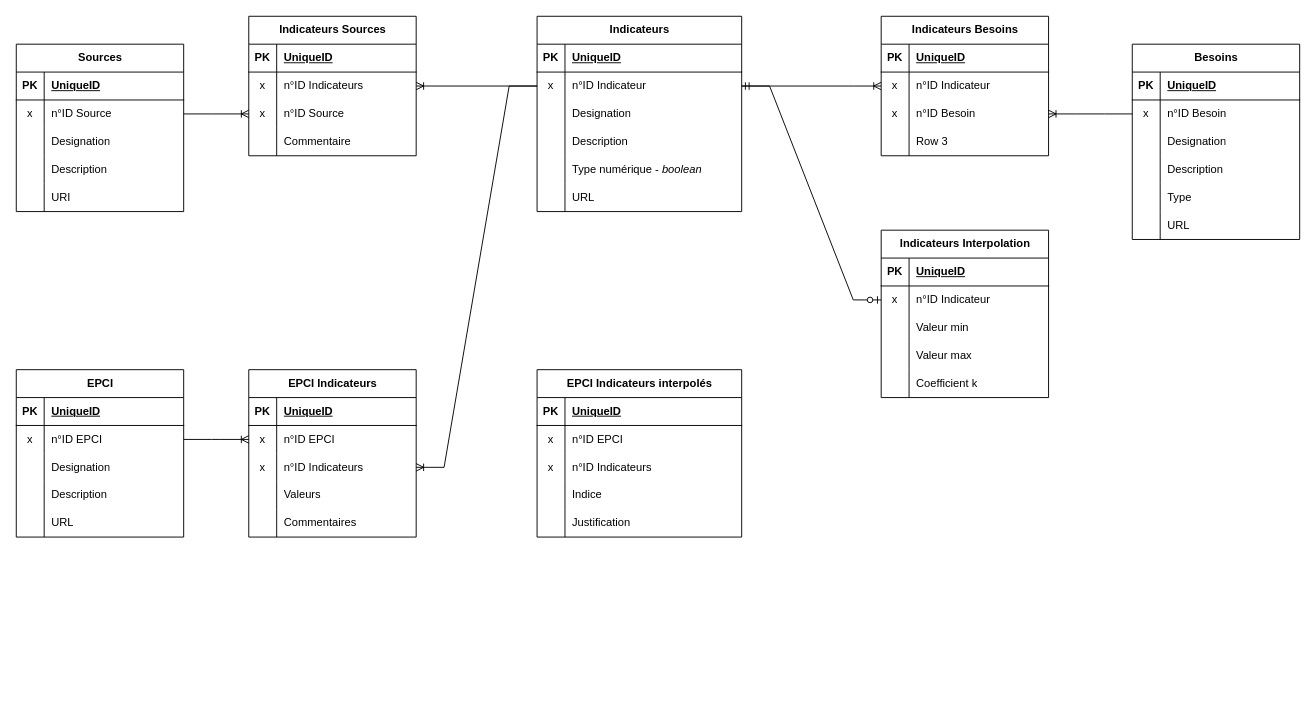
Above: MCD Diag360.drawio in Konsilion/konsilion-drive (draw.io), before the change. Source tidied: cells renumbered, new cells numbered last; positions are measured from the earlier drawing's top-left corner, leaving out a move shared by most shapes. Both pictures are drawn from the tidied source at 93%, with x=0, y=0 at pixel (16, 16).
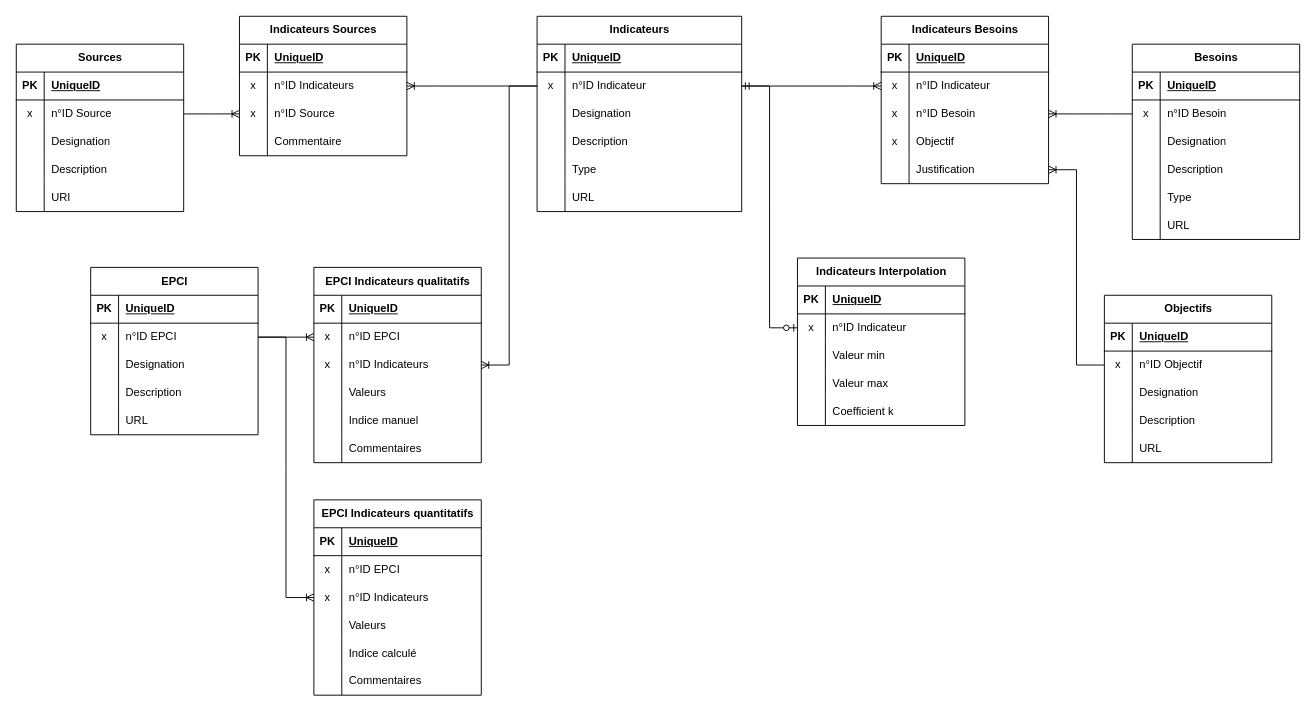
After the change.

Commit message (it also covers changes not shown here):
Mettre à jour MCD Diag360.drawio

Unchanged cells that the change refers to:
```xml
<mxCell id="2" value="Indicateurs" style="shape=table;startSize=30;childLayout=tableLayout;rowLines=0;fontStyle=1;align=center;html=1;" parent="1" vertex="1">
  <mxGeometry x="560" width="220" height="210" as="geometry" />
</mxCell>
<mxCell id="90" style="shape=tableRow;horizontal=0;startSize=0;swimlaneHead=0;swimlaneBody=0;fillColor=none;points=[[0,0.5],[1,0.5]];portConstraint=eastwest;top=0;left=0;right=0;bottom=0;" parent="86" vertex="1">
  <mxGeometry y="60" width="180" height="30" as="geometry" />
</mxCell>
```

The edit, as a diff of the source:
```diff
@@
-    <mxCell id="15" style="shape=tableRow;horizontal=0;startSize=0;swimlaneHead=0;swimlaneBody=0;fillColor=none;top=0;left=0;right=0;bottom=0;" parent="2" vertex="1">
-      <mxGeometry y="150" width="220" height="30" as="geometry" />
-    </mxCell>
-    <mxCell id="16" style="shape=partialRectangle;fillColor=none;top=0;left=0;bottom=0;right=0;overflow=hidden;whiteSpace=wrap;html=1;" parent="15" vertex="1">
-      <mxGeometry width="30" height="30" as="geometry" />
-    </mxCell>
-    <mxCell id="17" value="Type numérique - &lt;i&gt;boolean&lt;/i&gt;" style="shape=partialRectangle;fillColor=none;top=0;left=0;bottom=0;right=0;align=left;spacingLeft=6;overflow=hidden;whiteSpace=wrap;html=1;" parent="15" vertex="1">
-      <mxGeometry x="30" width="190" height="30" as="geometry" />
-    </mxCell>
     <mxCell id="18" style="shape=tableRow;horizontal=0;startSize=0;swimlaneHead=0;swimlaneBody=0;fillColor=none;top=0;left=0;right=0;bottom=0;" parent="2" vertex="1">
-      <mxGeometry y="180" width="220" height="30" as="geometry" />
+      <mxGeometry y="150" width="220" height="30" as="geometry" />
     </mxCell>
@@
-    <mxCell id="20" value="URL" style="shape=partialRectangle;fillColor=none;top=0;left=0;bottom=0;right=0;align=left;spacingLeft=6;overflow=hidden;whiteSpace=wrap;html=1;" parent="18" vertex="1">
+    <mxCell id="20" value="Type" style="shape=partialRectangle;fillColor=none;top=0;left=0;bottom=0;right=0;align=left;spacingLeft=6;overflow=hidden;whiteSpace=wrap;html=1;" parent="18" vertex="1">
       <mxGeometry x="30" width="190" height="30" as="geometry" />
     </mxCell>
+    <mxCell id="153" style="shape=tableRow;horizontal=0;startSize=0;swimlaneHead=0;swimlaneBody=0;fillColor=none;top=0;left=0;right=0;bottom=0;" parent="2" vertex="1">
+      <mxGeometry y="180" width="220" height="30" as="geometry" />
+    </mxCell>
+    <mxCell id="154" style="shape=partialRectangle;fillColor=none;top=0;left=0;bottom=0;right=0;overflow=hidden;whiteSpace=wrap;html=1;" parent="153" vertex="1">
+      <mxGeometry width="30" height="30" as="geometry" />
+    </mxCell>
+    <mxCell id="155" value="URL" style="shape=partialRectangle;fillColor=none;top=0;left=0;bottom=0;right=0;align=left;spacingLeft=6;overflow=hidden;whiteSpace=wrap;html=1;" parent="153" vertex="1">
+      <mxGeometry x="30" width="190" height="30" as="geometry" />
+    </mxCell>
@@
     <mxCell id="40" value="Indicateurs Besoins" style="shape=table;startSize=30;childLayout=tableLayout;rowLines=0;fontStyle=1;align=center;html=1;" parent="1" vertex="1">
-      <mxGeometry x="930" width="180" height="150" as="geometry" />
+      <mxGeometry x="930" width="180" height="180" as="geometry" />
     </mxCell>
@@
+    <mxCell id="156" style="shape=tableRow;horizontal=0;startSize=0;swimlaneHead=0;swimlaneBody=0;fillColor=none;top=0;left=0;right=0;bottom=0;" parent="40" vertex="1">
+      <mxGeometry y="120" width="180" height="30" as="geometry" />
+    </mxCell>
+    <mxCell id="157" value="x" style="shape=partialRectangle;fillColor=none;top=0;left=0;bottom=0;right=0;overflow=hidden;whiteSpace=wrap;html=1;" parent="156" vertex="1">
+      <mxGeometry width="30" height="30" as="geometry" />
+    </mxCell>
+    <mxCell id="158" value="Objectif" style="shape=partialRectangle;fillColor=none;top=0;left=0;bottom=0;right=0;align=left;spacingLeft=6;overflow=hidden;whiteSpace=wrap;html=1;" parent="156" vertex="1">
+      <mxGeometry x="30" width="150" height="30" as="geometry" />
+    </mxCell>
     <mxCell id="50" style="shape=tableRow;horizontal=0;startSize=0;swimlaneHead=0;swimlaneBody=0;fillColor=none;points=[[0,0.5],[1,0.5]];portConstraint=eastwest;top=0;left=0;right=0;bottom=0;" parent="40" vertex="1">
-      <mxGeometry y="120" width="180" height="30" as="geometry" />
+      <mxGeometry y="150" width="180" height="30" as="geometry" />
     </mxCell>
@@
-    <mxCell id="52" value="Row 3" style="shape=partialRectangle;fillColor=none;top=0;left=0;bottom=0;right=0;align=left;spacingLeft=6;overflow=hidden;whiteSpace=wrap;html=1;" parent="50" vertex="1">
+    <mxCell id="52" value="Justification" style="shape=partialRectangle;fillColor=none;top=0;left=0;bottom=0;right=0;align=left;spacingLeft=6;overflow=hidden;whiteSpace=wrap;html=1;" parent="50" vertex="1">
       <mxGeometry x="30" width="150" height="30" as="geometry" />
     </mxCell>
     <mxCell id="53" value="Indicateurs Sources" style="shape=table;startSize=30;childLayout=tableLayout;rowLines=0;fontStyle=1;align=center;html=1;" parent="1" vertex="1">
-      <mxGeometry x="250" width="180" height="150" as="geometry" />
+      <mxGeometry x="240" width="180" height="150" as="geometry" />
     </mxCell>
@@
     <mxCell id="86" value="EPCI" style="shape=table;startSize=30;childLayout=tableLayout;rowLines=0;fontStyle=1;align=center;html=1;" parent="1" vertex="1">
-      <mxGeometry y="380" width="180" height="180" as="geometry" />
+      <mxGeometry x="80" y="270" width="180" height="180" as="geometry" />
     </mxCell>
@@
-    <mxCell id="102" value="EPCI Indicateurs" style="shape=table;startSize=30;childLayout=tableLayout;rowLines=0;fontStyle=1;align=center;html=1;" parent="1" vertex="1">
-      <mxGeometry x="250" y="380" width="180" height="180" as="geometry" />
+    <mxCell id="102" value="EPCI Indicateurs qualitatifs" style="shape=table;startSize=30;childLayout=tableLayout;rowLines=0;fontStyle=1;align=center;html=1;" parent="1" vertex="1">
+      <mxGeometry x="320" y="270" width="180" height="210" as="geometry" />
     </mxCell>
@@
+    <mxCell id="159" style="shape=tableRow;horizontal=0;startSize=0;swimlaneHead=0;swimlaneBody=0;fillColor=none;top=0;left=0;right=0;bottom=0;" parent="102" vertex="1">
+      <mxGeometry y="150" width="180" height="30" as="geometry" />
+    </mxCell>
+    <mxCell id="160" style="shape=partialRectangle;fillColor=none;top=0;left=0;bottom=0;right=0;overflow=hidden;whiteSpace=wrap;html=1;" parent="159" vertex="1">
+      <mxGeometry width="30" height="30" as="geometry" />
+    </mxCell>
+    <mxCell id="161" value="Indice manuel" style="shape=partialRectangle;fillColor=none;top=0;left=0;bottom=0;right=0;align=left;spacingLeft=6;overflow=hidden;whiteSpace=wrap;html=1;" parent="159" vertex="1">
+      <mxGeometry x="30" width="150" height="30" as="geometry" />
+    </mxCell>
     <mxCell id="115" style="shape=tableRow;horizontal=0;startSize=0;swimlaneHead=0;swimlaneBody=0;fillColor=none;top=0;left=0;right=0;bottom=0;" parent="102" vertex="1">
-      <mxGeometry y="150" width="180" height="30" as="geometry" />
+      <mxGeometry y="180" width="180" height="30" as="geometry" />
     </mxCell>
@@
     <mxCell id="120" value="Indicateurs Interpolation" style="shape=table;startSize=30;childLayout=tableLayout;rowLines=0;fontStyle=1;align=center;html=1;" parent="1" vertex="1">
-      <mxGeometry x="930" y="230" width="180" height="180" as="geometry" />
+      <mxGeometry x="840" y="260" width="180" height="180" as="geometry" />
     </mxCell>
@@
-    <mxCell id="137" value="EPCI Indicateurs interpolés" style="shape=table;startSize=30;childLayout=tableLayout;rowLines=0;fontStyle=1;align=center;html=1;" parent="1" vertex="1">
-      <mxGeometry x="560" y="380" width="220" height="180" as="geometry" />
-    </mxCell>
-    <mxCell id="138" style="shape=tableRow;horizontal=0;startSize=0;swimlaneHead=0;swimlaneBody=0;fillColor=none;top=0;left=0;right=0;bottom=1;" parent="137" vertex="1">
-      <mxGeometry y="30" width="220" height="30" as="geometry" />
-    </mxCell>
-    <mxCell id="139" value="PK" style="shape=partialRectangle;fillColor=none;top=0;left=0;bottom=0;right=0;fontStyle=1;overflow=hidden;whiteSpace=wrap;html=1;" parent="138" vertex="1">
-      <mxGeometry width="30" height="30" as="geometry" />
-    </mxCell>
-    <mxCell id="140" value="UniqueID" style="shape=partialRectangle;fillColor=none;top=0;left=0;bottom=0;right=0;align=left;spacingLeft=6;fontStyle=5;overflow=hidden;whiteSpace=wrap;html=1;" parent="138" vertex="1">
-      <mxGeometry x="30" width="190" height="30" as="geometry" />
-    </mxCell>
-    <mxCell id="141" style="shape=tableRow;horizontal=0;startSize=0;swimlaneHead=0;swimlaneBody=0;fillColor=none;top=0;left=0;right=0;bottom=0;" parent="137" vertex="1">
-      <mxGeometry y="60" width="220" height="30" as="geometry" />
-    </mxCell>
-    <mxCell id="142" value="x" style="shape=partialRectangle;fillColor=none;top=0;left=0;bottom=0;right=0;overflow=hidden;whiteSpace=wrap;html=1;" parent="141" vertex="1">
-      <mxGeometry width="30" height="30" as="geometry" />
-    </mxCell>
+    <mxCell id="162" value="Objectifs" style="shape=table;startSize=30;childLayout=tableLayout;rowLines=0;fontStyle=1;align=center;html=1;" parent="1" vertex="1">
+      <mxGeometry x="1170" y="300" width="180" height="180" as="geometry" />
+    </mxCell>
+    <mxCell id="163" style="shape=tableRow;horizontal=0;startSize=0;swimlaneHead=0;swimlaneBody=0;fillColor=none;top=0;left=0;right=0;bottom=1;" parent="162" vertex="1">
+      <mxGeometry y="30" width="180" height="30" as="geometry" />
+    </mxCell>
+    <mxCell id="164" value="PK" style="shape=partialRectangle;fillColor=none;top=0;left=0;bottom=0;right=0;fontStyle=1;overflow=hidden;whiteSpace=wrap;html=1;" parent="163" vertex="1">
+      <mxGeometry width="30" height="30" as="geometry" />
+    </mxCell>
+    <mxCell id="165" value="UniqueID" style="shape=partialRectangle;fillColor=none;top=0;left=0;bottom=0;right=0;align=left;spacingLeft=6;fontStyle=5;overflow=hidden;whiteSpace=wrap;html=1;" parent="163" vertex="1">
+      <mxGeometry x="30" width="150" height="30" as="geometry" />
+    </mxCell>
+    <mxCell id="166" style="shape=tableRow;horizontal=0;startSize=0;swimlaneHead=0;swimlaneBody=0;fillColor=none;points=[[0,0.5],[1,0.5]];portConstraint=eastwest;top=0;left=0;right=0;bottom=0;" parent="162" vertex="1">
+      <mxGeometry y="60" width="180" height="30" as="geometry" />
+    </mxCell>
+    <mxCell id="167" value="x" style="shape=partialRectangle;fillColor=none;top=0;left=0;bottom=0;right=0;overflow=hidden;whiteSpace=wrap;html=1;" parent="166" vertex="1">
+      <mxGeometry width="30" height="30" as="geometry" />
+    </mxCell>
+    <mxCell id="168" value="n°ID Objectif" style="shape=partialRectangle;fillColor=none;top=0;left=0;bottom=0;right=0;align=left;spacingLeft=6;overflow=hidden;whiteSpace=wrap;html=1;" parent="166" vertex="1">
+      <mxGeometry x="30" width="150" height="30" as="geometry" />
+    </mxCell>
+    <mxCell id="169" style="shape=tableRow;horizontal=0;startSize=0;swimlaneHead=0;swimlaneBody=0;fillColor=none;top=0;left=0;right=0;bottom=0;" parent="162" vertex="1">
+      <mxGeometry y="90" width="180" height="30" as="geometry" />
+    </mxCell>
+    <mxCell id="170" style="shape=partialRectangle;fillColor=none;top=0;left=0;bottom=0;right=0;overflow=hidden;whiteSpace=wrap;html=1;" parent="169" vertex="1">
+      <mxGeometry width="30" height="30" as="geometry" />
+    </mxCell>
+    <mxCell id="171" value="Designation" style="shape=partialRectangle;fillColor=none;top=0;left=0;bottom=0;right=0;align=left;spacingLeft=6;overflow=hidden;whiteSpace=wrap;html=1;" parent="169" vertex="1">
+      <mxGeometry x="30" width="150" height="30" as="geometry" />
+    </mxCell>
+    <mxCell id="172" style="shape=tableRow;horizontal=0;startSize=0;swimlaneHead=0;swimlaneBody=0;fillColor=none;top=0;left=0;right=0;bottom=0;" parent="162" vertex="1">
+      <mxGeometry y="120" width="180" height="30" as="geometry" />
+    </mxCell>
+    <mxCell id="173" style="shape=partialRectangle;fillColor=none;top=0;left=0;bottom=0;right=0;overflow=hidden;whiteSpace=wrap;html=1;" parent="172" vertex="1">
+      <mxGeometry width="30" height="30" as="geometry" />
+    </mxCell>
+    <mxCell id="174" value="Description" style="shape=partialRectangle;fillColor=none;top=0;left=0;bottom=0;right=0;align=left;spacingLeft=6;overflow=hidden;whiteSpace=wrap;html=1;" parent="172" vertex="1">
+      <mxGeometry x="30" width="150" height="30" as="geometry" />
+    </mxCell>
+    <mxCell id="175" style="shape=tableRow;horizontal=0;startSize=0;swimlaneHead=0;swimlaneBody=0;fillColor=none;top=0;left=0;right=0;bottom=0;" parent="162" vertex="1">
+      <mxGeometry y="150" width="180" height="30" as="geometry" />
+    </mxCell>
+    <mxCell id="176" style="shape=partialRectangle;fillColor=none;top=0;left=0;bottom=0;right=0;overflow=hidden;whiteSpace=wrap;html=1;" parent="175" vertex="1">
+      <mxGeometry width="30" height="30" as="geometry" />
+    </mxCell>
+    <mxCell id="177" value="URL" style="shape=partialRectangle;fillColor=none;top=0;left=0;bottom=0;right=0;align=left;spacingLeft=6;overflow=hidden;whiteSpace=wrap;html=1;" parent="175" vertex="1">
+      <mxGeometry x="30" width="150" height="30" as="geometry" />
+    </mxCell>
+    <mxCell id="178" style="edgeStyle=entityRelationEdgeStyle;fontSize=12;html=1;endArrow=ERoneToMany;rounded=0;entryX=1;entryY=0.5;entryDx=0;entryDy=0;jumpStyle=arc;exitX=0;exitY=0.5;exitDx=0;exitDy=0;" parent="1" edge="1" source="166" target="50">
+      <mxGeometry relative="1" as="geometry" />
+    </mxCell>
+    <mxCell id="179" value="EPCI Indicateurs quantitatifs" style="shape=table;startSize=30;childLayout=tableLayout;rowLines=0;fontStyle=1;align=center;html=1;" parent="1" vertex="1">
+      <mxGeometry x="320" y="520" width="180" height="210" as="geometry" />
+    </mxCell>
+    <mxCell id="180" style="shape=tableRow;horizontal=0;startSize=0;swimlaneHead=0;swimlaneBody=0;fillColor=none;top=0;left=0;right=0;bottom=1;" parent="179" vertex="1">
+      <mxGeometry y="30" width="180" height="30" as="geometry" />
+    </mxCell>
+    <mxCell id="181" value="PK" style="shape=partialRectangle;fillColor=none;top=0;left=0;bottom=0;right=0;fontStyle=1;overflow=hidden;whiteSpace=wrap;html=1;" parent="180" vertex="1">
+      <mxGeometry width="30" height="30" as="geometry" />
+    </mxCell>
+    <mxCell id="182" value="UniqueID" style="shape=partialRectangle;fillColor=none;top=0;left=0;bottom=0;right=0;align=left;spacingLeft=6;fontStyle=5;overflow=hidden;whiteSpace=wrap;html=1;" parent="180" vertex="1">
+      <mxGeometry x="30" width="150" height="30" as="geometry" />
+    </mxCell>
+    <mxCell id="183" style="shape=tableRow;horizontal=0;startSize=0;swimlaneHead=0;swimlaneBody=0;fillColor=none;top=0;left=0;right=0;bottom=0;" parent="179" vertex="1">
+      <mxGeometry y="60" width="180" height="30" as="geometry" />
+    </mxCell>
+    <mxCell id="184" value="x" style="shape=partialRectangle;fillColor=none;top=0;left=0;bottom=0;right=0;overflow=hidden;whiteSpace=wrap;html=1;" parent="183" vertex="1">
+      <mxGeometry width="30" height="30" as="geometry" />
+    </mxCell>
-    <mxCell id="143" value="n°ID EPCI" style="shape=partialRectangle;fillColor=none;top=0;left=0;bottom=0;right=0;align=left;spacingLeft=6;overflow=hidden;whiteSpace=wrap;html=1;" parent="141" vertex="1">
-      <mxGeometry x="30" width="190" height="30" as="geometry" />
+    <mxCell id="143" value="n°ID EPCI" style="shape=partialRectangle;fillColor=none;top=0;left=0;bottom=0;right=0;align=left;spacingLeft=6;overflow=hidden;whiteSpace=wrap;html=1;" parent="183" vertex="1">
+      <mxGeometry x="30" width="150" height="30" as="geometry" />
     </mxCell>
-    <mxCell id="144" style="shape=tableRow;horizontal=0;startSize=0;swimlaneHead=0;swimlaneBody=0;fillColor=none;top=0;left=0;right=0;bottom=0;" parent="137" vertex="1">
-      <mxGeometry y="90" width="220" height="30" as="geometry" />
-    </mxCell>
-    <mxCell id="145" value="x" style="shape=partialRectangle;fillColor=none;top=0;left=0;bottom=0;right=0;overflow=hidden;whiteSpace=wrap;html=1;" parent="144" vertex="1">
-      <mxGeometry width="30" height="30" as="geometry" />
-    </mxCell>
+    <mxCell id="185" style="shape=tableRow;horizontal=0;startSize=0;swimlaneHead=0;swimlaneBody=0;fillColor=none;points=[[0,0.5],[1,0.5]];portConstraint=eastwest;top=0;left=0;right=0;bottom=0;" parent="179" vertex="1">
+      <mxGeometry y="90" width="180" height="30" as="geometry" />
+    </mxCell>
+    <mxCell id="186" value="x" style="shape=partialRectangle;fillColor=none;top=0;left=0;bottom=0;right=0;overflow=hidden;whiteSpace=wrap;html=1;" parent="185" vertex="1">
+      <mxGeometry width="30" height="30" as="geometry" />
+    </mxCell>
-    <mxCell id="146" value="n°ID Indicateurs" style="shape=partialRectangle;fillColor=none;top=0;left=0;bottom=0;right=0;align=left;spacingLeft=6;overflow=hidden;whiteSpace=wrap;html=1;" parent="144" vertex="1">
-      <mxGeometry x="30" width="190" height="30" as="geometry" />
+    <mxCell id="146" value="n°ID Indicateurs" style="shape=partialRectangle;fillColor=none;top=0;left=0;bottom=0;right=0;align=left;spacingLeft=6;overflow=hidden;whiteSpace=wrap;html=1;" parent="185" vertex="1">
+      <mxGeometry x="30" width="150" height="30" as="geometry" />
     </mxCell>
-    <mxCell id="147" style="shape=tableRow;horizontal=0;startSize=0;swimlaneHead=0;swimlaneBody=0;fillColor=none;top=0;left=0;right=0;bottom=0;" parent="137" vertex="1">
-      <mxGeometry y="120" width="220" height="30" as="geometry" />
-    </mxCell>
-    <mxCell id="148" style="shape=partialRectangle;fillColor=none;top=0;left=0;bottom=0;right=0;overflow=hidden;whiteSpace=wrap;html=1;" parent="147" vertex="1">
-      <mxGeometry width="30" height="30" as="geometry" />
-    </mxCell>
-    <mxCell id="149" value="Indice" style="shape=partialRectangle;fillColor=none;top=0;left=0;bottom=0;right=0;align=left;spacingLeft=6;overflow=hidden;whiteSpace=wrap;html=1;" parent="147" vertex="1">
-      <mxGeometry x="30" width="190" height="30" as="geometry" />
-    </mxCell>
-    <mxCell id="150" style="shape=tableRow;horizontal=0;startSize=0;swimlaneHead=0;swimlaneBody=0;fillColor=none;top=0;left=0;right=0;bottom=0;" parent="137" vertex="1">
-      <mxGeometry y="150" width="220" height="30" as="geometry" />
-    </mxCell>
-    <mxCell id="151" style="shape=partialRectangle;fillColor=none;top=0;left=0;bottom=0;right=0;overflow=hidden;whiteSpace=wrap;html=1;" parent="150" vertex="1">
-      <mxGeometry width="30" height="30" as="geometry" />
-    </mxCell>
-    <mxCell id="152" value="Justification" style="shape=partialRectangle;fillColor=none;top=0;left=0;bottom=0;right=0;align=left;spacingLeft=6;overflow=hidden;whiteSpace=wrap;html=1;" parent="150" vertex="1">
-      <mxGeometry x="30" width="190" height="30" as="geometry" />
-    </mxCell>
+    <mxCell id="187" style="shape=tableRow;horizontal=0;startSize=0;swimlaneHead=0;swimlaneBody=0;fillColor=none;top=0;left=0;right=0;bottom=0;" parent="179" vertex="1">
+      <mxGeometry y="120" width="180" height="30" as="geometry" />
+    </mxCell>
+    <mxCell id="188" style="shape=partialRectangle;fillColor=none;top=0;left=0;bottom=0;right=0;overflow=hidden;whiteSpace=wrap;html=1;" parent="187" vertex="1">
+      <mxGeometry width="30" height="30" as="geometry" />
+    </mxCell>
+    <mxCell id="189" value="Valeurs" style="shape=partialRectangle;fillColor=none;top=0;left=0;bottom=0;right=0;align=left;spacingLeft=6;overflow=hidden;whiteSpace=wrap;html=1;" parent="187" vertex="1">
+      <mxGeometry x="30" width="150" height="30" as="geometry" />
+    </mxCell>
+    <mxCell id="190" style="shape=tableRow;horizontal=0;startSize=0;swimlaneHead=0;swimlaneBody=0;fillColor=none;top=0;left=0;right=0;bottom=0;" parent="179" vertex="1">
+      <mxGeometry y="150" width="180" height="30" as="geometry" />
+    </mxCell>
+    <mxCell id="191" style="shape=partialRectangle;fillColor=none;top=0;left=0;bottom=0;right=0;overflow=hidden;whiteSpace=wrap;html=1;" parent="190" vertex="1">
+      <mxGeometry width="30" height="30" as="geometry" />
+    </mxCell>
+    <mxCell id="192" value="Indice calculé" style="shape=partialRectangle;fillColor=none;top=0;left=0;bottom=0;right=0;align=left;spacingLeft=6;overflow=hidden;whiteSpace=wrap;html=1;" parent="190" vertex="1">
+      <mxGeometry x="30" width="150" height="30" as="geometry" />
+    </mxCell>
+    <mxCell id="193" style="shape=tableRow;horizontal=0;startSize=0;swimlaneHead=0;swimlaneBody=0;fillColor=none;top=0;left=0;right=0;bottom=0;" parent="179" vertex="1">
+      <mxGeometry y="180" width="180" height="30" as="geometry" />
+    </mxCell>
+    <mxCell id="194" style="shape=partialRectangle;fillColor=none;top=0;left=0;bottom=0;right=0;overflow=hidden;whiteSpace=wrap;html=1;" parent="193" vertex="1">
+      <mxGeometry width="30" height="30" as="geometry" />
+    </mxCell>
+    <mxCell id="195" value="Commentaires" style="shape=partialRectangle;fillColor=none;top=0;left=0;bottom=0;right=0;align=left;spacingLeft=6;overflow=hidden;whiteSpace=wrap;html=1;" parent="193" vertex="1">
+      <mxGeometry x="30" width="150" height="30" as="geometry" />
+    </mxCell>
+    <mxCell id="196" style="edgeStyle=entityRelationEdgeStyle;fontSize=12;html=1;endArrow=ERoneToMany;rounded=0;exitX=1;exitY=0.5;exitDx=0;exitDy=0;entryX=0;entryY=0.5;entryDx=0;entryDy=0;" parent="1" edge="1" source="90" target="185">
+      <mxGeometry relative="1" as="geometry" />
+    </mxCell>
```
